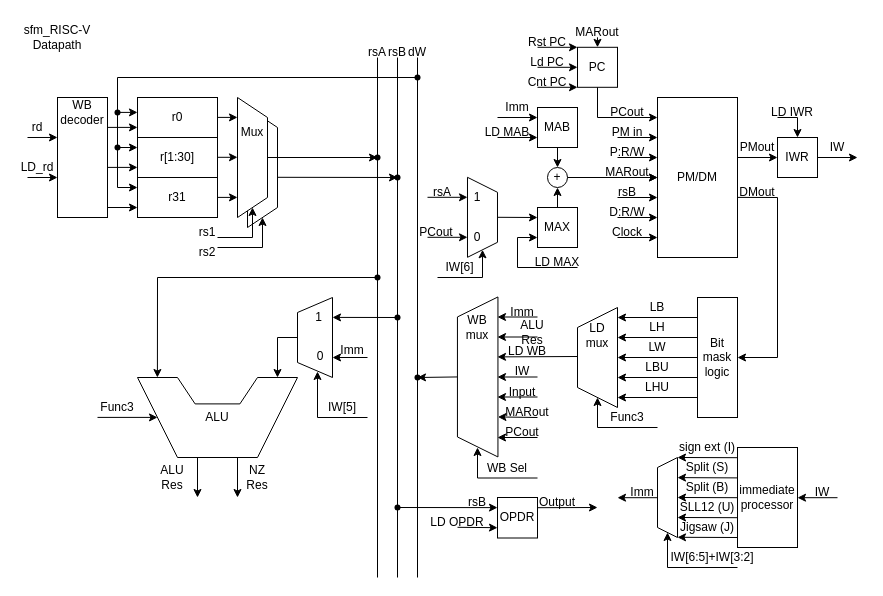
Above: page "RISC-V_DataPath" (1 of 2) of Design_Docs/RISC-V_Schematics.drawio in sfm3112/sfm_RISC-V (draw.io), before the change. Source tidied: cells renumbered, new cells numbered last; positions are measured from the earlier drawing's top-left corner, leaving out a move shared by most shapes. Both pictures are drawn from the tidied source at 100%, with x=0, y=0 at pixel (17, 17).
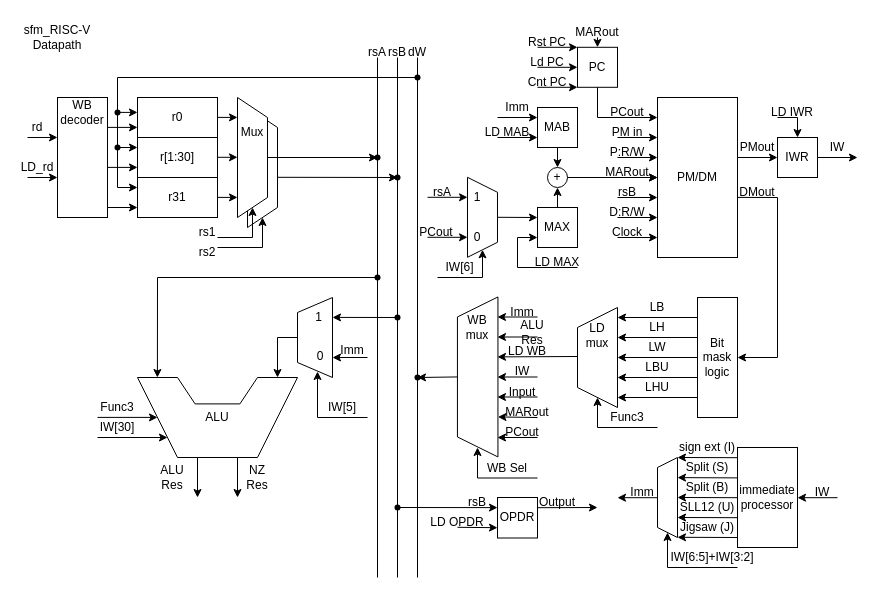
The same page after the edit.

The edit, as a diff of the source:
```diff
@@
-    <mxCell id="171" value="Func3" style="text;html=1;whiteSpace=wrap;strokeColor=none;fillColor=none;align=center;verticalAlign=middle;rounded=0;labelBackgroundColor=none;" parent="1" vertex="1">
+    <mxCell id="171" value="Func3" style="text;html=1;whiteSpace=wrap;strokeColor=none;fillColor=none;align=center;verticalAlign=middle;rounded=0;labelBackgroundColor=none;fontColor=light-dark(#000000,#00FF00);" parent="1" vertex="1">
       <mxGeometry x="80" y="385" width="40" height="10" as="geometry" />
     </mxCell>
@@
+    <mxCell id="200" style="endArrow=classic;html=1;rounded=0;labelBackgroundColor=none;fontColor=default;" parent="1" edge="1">
+      <mxGeometry relative="1" as="geometry">
+        <mxPoint x="80" y="420" as="sourcePoint" />
+        <mxPoint x="150" y="420" as="targetPoint" />
+      </mxGeometry>
+    </mxCell>
+    <mxCell id="201" value="IW[30]" style="text;html=1;whiteSpace=wrap;strokeColor=none;fillColor=none;align=center;verticalAlign=middle;rounded=0;fontColor=light-dark(#000000,#00FF00);" parent="1" vertex="1">
+      <mxGeometry x="80" y="400" width="40" height="20" as="geometry" />
+    </mxCell>
```
